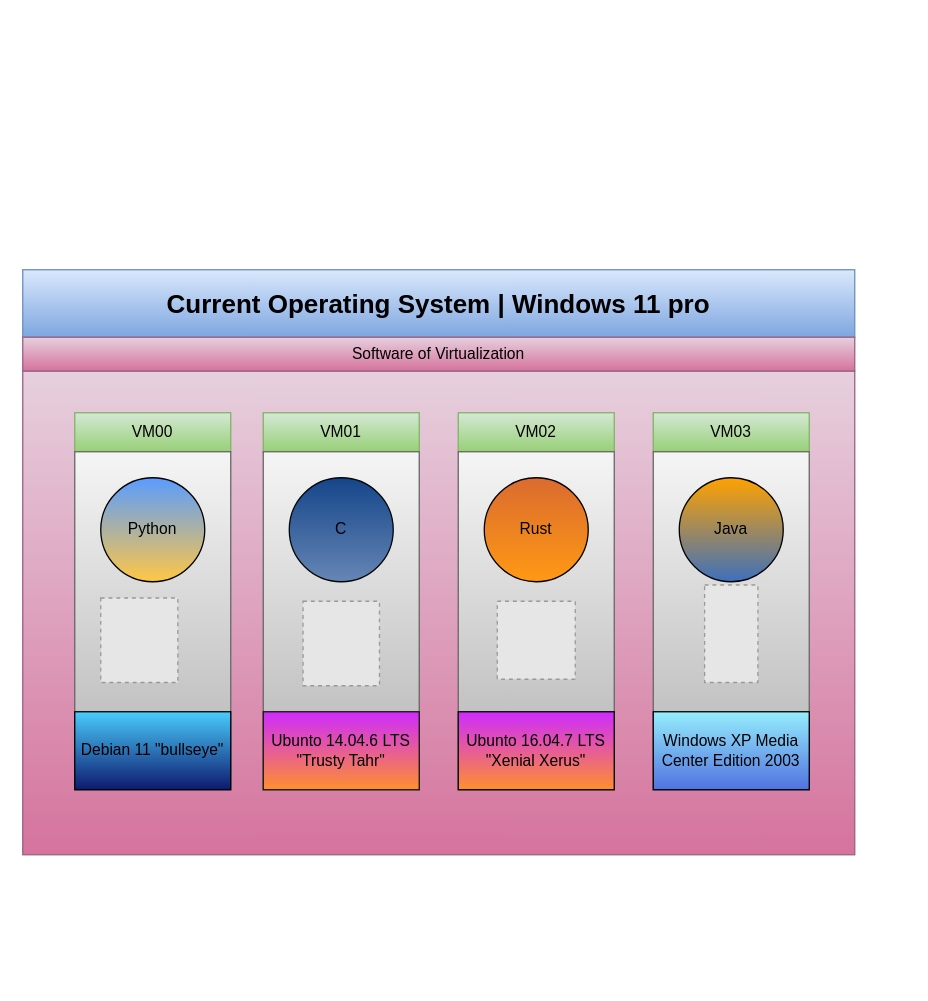
GabOnezio/GabOnezio keeps this draw.io diagram as page "Virtual Machine" (1 of 2) of Diagrama sem nome.drawio. Above is the earlier version. Source tidied: cells renumbered, new cells numbered last; positions are measured from the earlier drawing's top-left corner, leaving out a move shared by most shapes. Both pictures are drawn from the tidied source at 130%, with x=0, y=0 at pixel (22, 269). Pictures stored in the file or linked from it are replaced by grey dashed boxes.
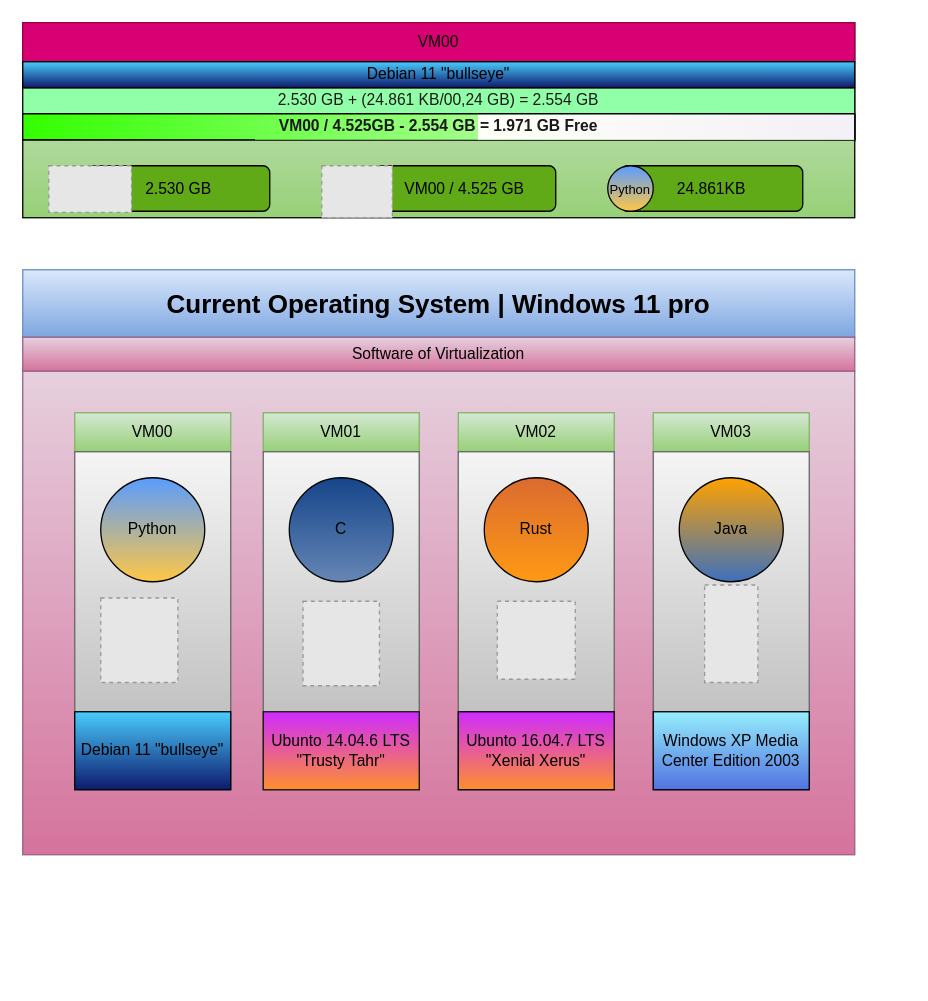
The same page after the edit.

The edit, as a diff of the source:
```diff
@@
+    <mxCell id="27" style="group;" parent="1" vertex="1">
+      <mxGeometry y="-190" width="640" height="150" as="geometry" />
+    </mxCell>
+    <mxCell id="28" style="rounded=0;whiteSpace=wrap;html=1;fillColor=#d5e8d4;gradientColor=#97d077;strokeColor=#000000;" parent="27" vertex="1">
+      <mxGeometry width="640" height="150" as="geometry" />
+    </mxCell>
+    <mxCell id="29" value="VM00" style="rounded=0;whiteSpace=wrap;html=1;fillColor=#d80073;strokeColor=#A50040;fontColor=#030303;" parent="27" vertex="1">
+      <mxGeometry width="640" height="30" as="geometry" />
+    </mxCell>
+    <mxCell id="30" value="2.530 GB + (24.861 KB/00,24 GB) = 2.554 GB" style="rounded=0;whiteSpace=wrap;html=1;fillColor=#91FFA7;fontColor=#191919;strokeColor=#0F0F0F;strokeWidth=1;" parent="27" vertex="1">
+      <mxGeometry y="50" width="640" height="20" as="geometry" />
+    </mxCell>
+    <mxCell id="31" value="24.861KB" style="rounded=1;whiteSpace=wrap;html=1;fillColor=#60A917;fontColor=#000000;strokeColor=#000000;" parent="27" vertex="1">
+      <mxGeometry x="460" y="110" width="140" height="35" as="geometry" />
+    </mxCell>
+    <mxCell id="32" value="Python" style="ellipse;whiteSpace=wrap;html=1;fillColor=#599CFF;strokeColor=#000000;gradientColor=#FFC745;fontSize=10;" parent="27" vertex="1">
+      <mxGeometry x="450" y="110" width="35" height="35" as="geometry" />
+    </mxCell>
+    <mxCell id="33" value="Debian 11 &quot;bullseye&quot;" style="rounded=0;whiteSpace=wrap;html=1;fillColor=#49CCFC;gradientColor=#0D1A6E;strokeColor=#000000;" parent="27" vertex="1">
+      <mxGeometry y="30" width="640" height="20" as="geometry" />
+    </mxCell>
+    <mxCell id="34" value="VM00 / 4.525 GB" style="rounded=1;whiteSpace=wrap;html=1;fillColor=#60A917;fontColor=#000000;strokeColor=#000000;" parent="27" vertex="1">
+      <mxGeometry x="270" y="110" width="140" height="35" as="geometry" />
+    </mxCell>
+    <mxCell id="35" style="fillColor=#E6E6E6;strokeColor=#999999;dashed=1;verticalLabelPosition=bottom;labelBackgroundColor=default;verticalAlign=top;" parent="27" vertex="1">
+      <mxGeometry x="230" y="110" width="54.3" height="40" as="geometry" />
+    </mxCell>
+    <mxCell id="36" value="2.530 GB" style="rounded=1;whiteSpace=wrap;html=1;fillColor=#60A917;fontColor=#000000;strokeColor=#000000;" parent="27" vertex="1">
+      <mxGeometry x="50" y="110" width="140" height="35" as="geometry" />
+    </mxCell>
+    <mxCell id="37" style="fillColor=#E6E6E6;strokeColor=#999999;dashed=1;verticalLabelPosition=bottom;labelBackgroundColor=default;verticalAlign=top;" parent="27" vertex="1">
+      <mxGeometry x="20" y="110" width="63.7" height="35.8" as="geometry" />
+    </mxCell>
+    <mxCell id="38" style="endArrow=none;html=1;rounded=0;exitX=0;exitY=1;exitDx=0;exitDy=0;entryX=1;entryY=1;entryDx=0;entryDy=0;" parent="27" edge="1" source="45" target="45">
+      <mxGeometry relative="1" as="geometry" />
+    </mxCell>
+    <mxCell id="39" style="endArrow=none;html=1;rounded=0;entryX=0;entryY=0;entryDx=0;entryDy=0;exitX=0;exitY=0.602;exitDx=0;exitDy=0;exitPerimeter=0;" parent="27" edge="1" source="28" target="45">
+      <mxGeometry relative="1" as="geometry" />
+    </mxCell>
+    <mxCell id="40" style="rounded=0;whiteSpace=wrap;html=1;fillColor=default;strokeColor=#82b366;strokeWidth=0;gradientColor=#33FF00;gradientDirection=west;glass=0;shadow=0;imageAspect=1;imageVerticalAlign=middle;imageWidth=100;imageHeight=100;arcSize=100;strokeOpacity=100;fillOpacity=100;noLabel=0;" parent="27" vertex="1">
+      <mxGeometry y="70" width="640" height="20" as="geometry" />
+    </mxCell>
+    <mxCell id="41" style="endArrow=none;html=1;rounded=0;entryX=1;entryY=1;entryDx=0;entryDy=0;" parent="27" edge="1" target="30">
+      <mxGeometry relative="1" as="geometry">
+        <mxPoint x="640" y="90" as="sourcePoint" />
+      </mxGeometry>
+    </mxCell>
+    <mxCell id="42" style="endArrow=none;html=1;rounded=0;entryX=0;entryY=0;entryDx=0;entryDy=0;exitX=0;exitY=0.602;exitDx=0;exitDy=0;exitPerimeter=0;" parent="27" edge="1">
+      <mxGeometry relative="1" as="geometry">
+        <mxPoint x="640" y="90" as="sourcePoint" />
+        <mxPoint x="640" y="70" as="targetPoint" />
+      </mxGeometry>
+    </mxCell>
+    <mxCell id="43" style="endArrow=none;html=1;rounded=0;exitX=0;exitY=1;exitDx=0;exitDy=0;entryX=1;entryY=1;entryDx=0;entryDy=0;" parent="27" edge="1">
+      <mxGeometry relative="1" as="geometry">
+        <mxPoint y="70" as="sourcePoint" />
+        <mxPoint x="640" y="70" as="targetPoint" />
+      </mxGeometry>
+    </mxCell>
+    <mxCell id="44" style="rounded=0;whiteSpace=wrap;html=1;strokeWidth=0;fillColor=#F3F0F7;gradientColor=#FEFFF7;strokeColor=#82b366;gradientDirection=west;" parent="27" vertex="1">
+      <mxGeometry x="350" y="70" width="290" height="20" as="geometry" />
+    </mxCell>
+    <mxCell id="45" value="VM00 / 4.525GB - 2.554 GB = 1.971 GB Free" style="rounded=0;whiteSpace=wrap;html=1;fillColor=#DBFFF3;fontColor=#191919;strokeColor=#0F0F0F;strokeWidth=1;fontStyle=1;opacity=0;" parent="27" vertex="1">
+      <mxGeometry y="70" width="640" height="20" as="geometry" />
+    </mxCell>
+    <mxCell id="46" style="endArrow=none;html=1;rounded=0;fontFamily=Helvetica;fontSize=12;fontColor=default;exitX=0;exitY=1;exitDx=0;exitDy=0;entryX=1.001;entryY=0.601;entryDx=0;entryDy=0;entryPerimeter=0;" parent="27" edge="1" source="45" target="28">
+      <mxGeometry relative="1" as="geometry" />
+    </mxCell>
+    <mxCell id="47" style="endArrow=none;html=1;rounded=0;fontFamily=Helvetica;fontSize=12;fontColor=default;" parent="27" edge="1">
+      <mxGeometry relative="1" as="geometry">
+        <mxPoint y="90" as="sourcePoint" />
+        <mxPoint y="70" as="targetPoint" />
+      </mxGeometry>
+    </mxCell>
+    <mxCell id="48" style="endArrow=none;html=1;rounded=0;fontFamily=Helvetica;fontSize=12;fontColor=default;exitX=1;exitY=0.609;exitDx=0;exitDy=0;exitPerimeter=0;" parent="27" edge="1" source="28">
+      <mxGeometry relative="1" as="geometry">
+        <mxPoint x="640" y="70" as="targetPoint" />
+      </mxGeometry>
+    </mxCell>
+    <mxCell id="49" style="endArrow=none;html=1;rounded=0;fontFamily=Helvetica;fontSize=12;fontColor=default;exitX=1;exitY=0;exitDx=0;exitDy=0;" parent="27" edge="1" source="45">
+      <mxGeometry relative="1" as="geometry">
+        <mxPoint x="350" y="70" as="targetPoint" />
+      </mxGeometry>
+    </mxCell>
```
